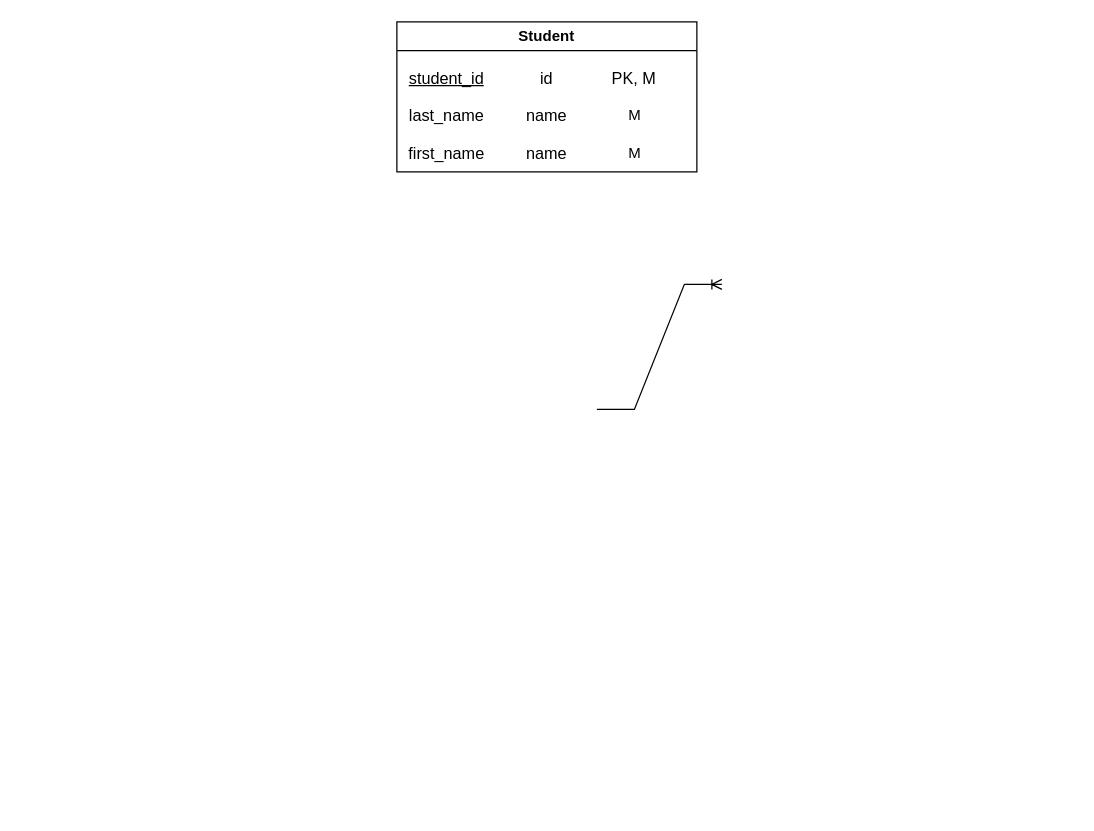
Before: hw2/Диаграмма без названия.drawio in banka-lecho/dbms, a draw.io diagram. Source tidied: cells renumbered, new cells numbered last; positions are measured from the earlier drawing's top-left corner, leaving out a move shared by most shapes. Both pictures are drawn from the tidied source at 125%, with x=0, y=0 at pixel (396, 21).
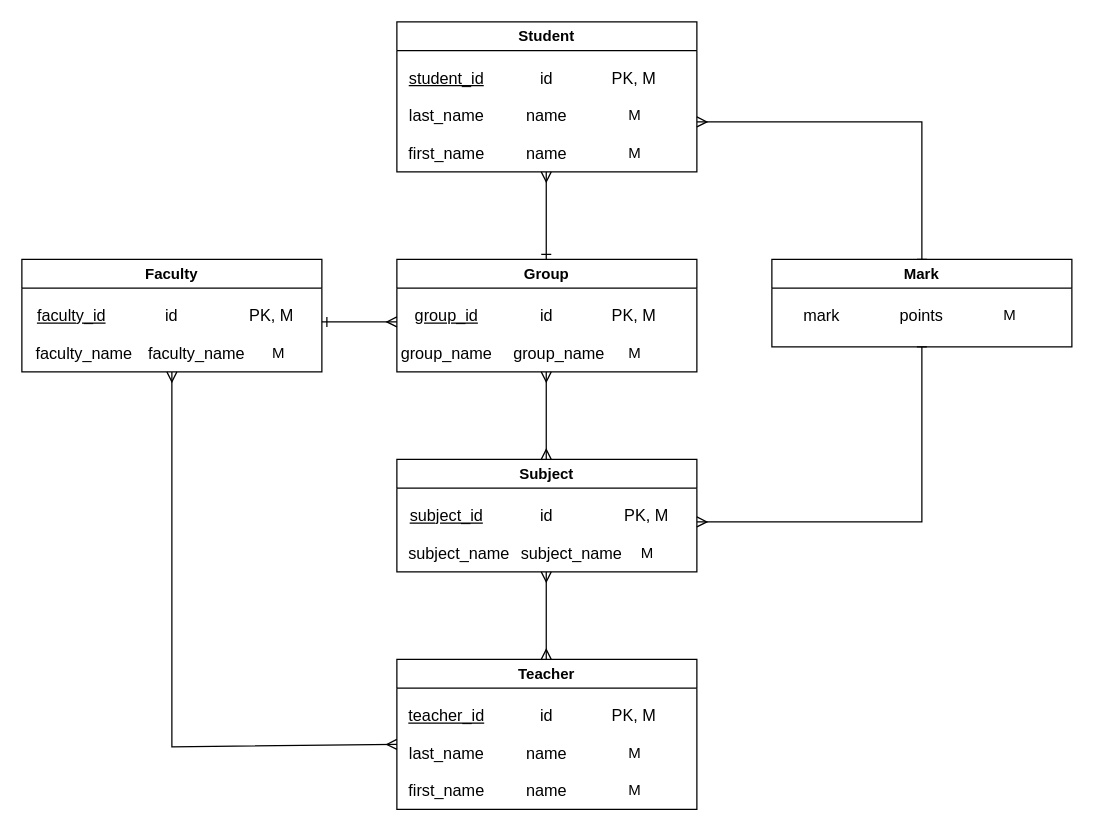
Above is the later version.

Diff of the diagram source:
```diff
@@
-    <mxCell id="12" style="edgeStyle=entityRelationEdgeStyle;fontSize=12;html=1;endArrow=ERoneToMany;rounded=0;" parent="1" edge="1">
-      <mxGeometry relative="1" as="geometry">
-        <mxPoint x="160" y="310" as="sourcePoint" />
-        <mxPoint x="260" y="210" as="targetPoint" />
-      </mxGeometry>
-    </mxCell>
+    <mxCell id="13" value="Group" style="swimlane;whiteSpace=wrap;html=1;" parent="1" vertex="1">
+      <mxGeometry y="190" width="240" height="90" as="geometry" />
+    </mxCell>
+    <mxCell id="14" value="&lt;u&gt;group_id&lt;/u&gt;" style="text;html=1;align=center;verticalAlign=middle;whiteSpace=wrap;rounded=0;fontSize=13;" parent="13" vertex="1">
+      <mxGeometry x="10" y="30" width="60" height="30" as="geometry" />
+    </mxCell>
+    <mxCell id="15" value="group_name" style="text;html=1;align=center;verticalAlign=middle;whiteSpace=wrap;rounded=0;fontSize=13;" parent="13" vertex="1">
+      <mxGeometry x="10" y="60" width="60" height="30" as="geometry" />
+    </mxCell>
+    <mxCell id="16" value="id" style="text;html=1;align=center;verticalAlign=middle;whiteSpace=wrap;rounded=0;fontSize=13;" parent="13" vertex="1">
+      <mxGeometry x="90" y="30" width="60" height="30" as="geometry" />
+    </mxCell>
+    <mxCell id="17" value="PK, M" style="text;html=1;align=center;verticalAlign=middle;whiteSpace=wrap;rounded=0;fontSize=13;" parent="13" vertex="1">
+      <mxGeometry x="160" y="30" width="60" height="30" as="geometry" />
+    </mxCell>
+    <mxCell id="18" value="M" style="text;html=1;align=center;verticalAlign=middle;strokeColor=none;fillColor=none;" parent="13" vertex="1">
+      <mxGeometry x="175" y="60" width="30" height="30" as="geometry" />
+    </mxCell>
+    <mxCell id="19" value="group_name" style="text;html=1;align=center;verticalAlign=middle;whiteSpace=wrap;rounded=0;fontSize=13;" parent="13" vertex="1">
+      <mxGeometry x="100" y="60" width="60" height="30" as="geometry" />
+    </mxCell>
+    <mxCell id="20" value="Subject" style="swimlane;whiteSpace=wrap;html=1;" parent="1" vertex="1">
+      <mxGeometry y="350" width="240" height="90" as="geometry" />
+    </mxCell>
+    <mxCell id="21" value="&lt;u&gt;subject_id&lt;/u&gt;" style="text;html=1;align=center;verticalAlign=middle;whiteSpace=wrap;rounded=0;fontSize=13;" parent="20" vertex="1">
+      <mxGeometry x="10" y="30" width="60" height="30" as="geometry" />
+    </mxCell>
+    <mxCell id="22" value="subject_name" style="text;html=1;align=center;verticalAlign=middle;whiteSpace=wrap;rounded=0;fontSize=13;" parent="20" vertex="1">
+      <mxGeometry x="20" y="60" width="60" height="30" as="geometry" />
+    </mxCell>
+    <mxCell id="23" value="id" style="text;html=1;align=center;verticalAlign=middle;whiteSpace=wrap;rounded=0;fontSize=13;" parent="20" vertex="1">
+      <mxGeometry x="90" y="30" width="60" height="30" as="geometry" />
+    </mxCell>
+    <mxCell id="24" value="PK, M" style="text;html=1;align=center;verticalAlign=middle;whiteSpace=wrap;rounded=0;fontSize=13;" parent="20" vertex="1">
+      <mxGeometry x="170" y="30" width="60" height="30" as="geometry" />
+    </mxCell>
+    <mxCell id="25" value="M" style="text;html=1;align=center;verticalAlign=middle;strokeColor=none;fillColor=none;" parent="20" vertex="1">
+      <mxGeometry x="185" y="60" width="30" height="30" as="geometry" />
+    </mxCell>
+    <mxCell id="26" value="subject_name" style="text;html=1;align=center;verticalAlign=middle;whiteSpace=wrap;rounded=0;fontSize=13;" parent="20" vertex="1">
+      <mxGeometry x="110" y="60" width="60" height="30" as="geometry" />
+    </mxCell>
+    <mxCell id="27" value="Teacher" style="swimlane;whiteSpace=wrap;html=1;" parent="1" vertex="1">
+      <mxGeometry y="510" width="240" height="120" as="geometry" />
+    </mxCell>
+    <mxCell id="28" value="&lt;u&gt;teacher_id&lt;/u&gt;" style="text;html=1;align=center;verticalAlign=middle;whiteSpace=wrap;rounded=0;fontSize=13;" parent="27" vertex="1">
+      <mxGeometry x="10" y="30" width="60" height="30" as="geometry" />
+    </mxCell>
+    <mxCell id="29" value="last_name" style="text;html=1;align=center;verticalAlign=middle;whiteSpace=wrap;rounded=0;fontSize=13;" parent="27" vertex="1">
+      <mxGeometry x="10" y="60" width="60" height="30" as="geometry" />
+    </mxCell>
+    <mxCell id="30" value="first_name" style="text;html=1;align=center;verticalAlign=middle;whiteSpace=wrap;rounded=0;fontSize=13;" parent="27" vertex="1">
+      <mxGeometry x="10" y="90" width="60" height="30" as="geometry" />
+    </mxCell>
+    <mxCell id="31" value="name" style="text;html=1;align=center;verticalAlign=middle;whiteSpace=wrap;rounded=0;fontSize=13;" parent="27" vertex="1">
+      <mxGeometry x="90" y="60" width="60" height="30" as="geometry" />
+    </mxCell>
+    <mxCell id="32" value="name" style="text;html=1;align=center;verticalAlign=middle;whiteSpace=wrap;rounded=0;fontSize=13;" parent="27" vertex="1">
+      <mxGeometry x="90" y="90" width="60" height="30" as="geometry" />
+    </mxCell>
+    <mxCell id="33" value="id" style="text;html=1;align=center;verticalAlign=middle;whiteSpace=wrap;rounded=0;fontSize=13;" parent="27" vertex="1">
+      <mxGeometry x="90" y="30" width="60" height="30" as="geometry" />
+    </mxCell>
+    <mxCell id="34" value="PK, M" style="text;html=1;align=center;verticalAlign=middle;whiteSpace=wrap;rounded=0;fontSize=13;" parent="27" vertex="1">
+      <mxGeometry x="160" y="30" width="60" height="30" as="geometry" />
+    </mxCell>
+    <mxCell id="35" value="M" style="text;html=1;align=center;verticalAlign=middle;strokeColor=none;fillColor=none;" parent="27" vertex="1">
+      <mxGeometry x="175" y="90" width="30" height="30" as="geometry" />
+    </mxCell>
+    <mxCell id="36" value="M" style="text;html=1;align=center;verticalAlign=middle;strokeColor=none;fillColor=none;" parent="27" vertex="1">
+      <mxGeometry x="175" y="60" width="30" height="30" as="geometry" />
+    </mxCell>
+    <mxCell id="37" value="Faculty" style="swimlane;whiteSpace=wrap;html=1;" parent="1" vertex="1">
+      <mxGeometry x="-300" y="190" width="240" height="90" as="geometry" />
+    </mxCell>
+    <mxCell id="38" value="&lt;u&gt;faculty_id&lt;/u&gt;" style="text;html=1;align=center;verticalAlign=middle;whiteSpace=wrap;rounded=0;fontSize=13;" parent="37" vertex="1">
+      <mxGeometry x="10" y="30" width="60" height="30" as="geometry" />
+    </mxCell>
+    <mxCell id="39" value="faculty_name" style="text;html=1;align=center;verticalAlign=middle;whiteSpace=wrap;rounded=0;fontSize=13;" parent="37" vertex="1">
+      <mxGeometry x="20" y="60" width="60" height="30" as="geometry" />
+    </mxCell>
+    <mxCell id="40" value="id" style="text;html=1;align=center;verticalAlign=middle;whiteSpace=wrap;rounded=0;fontSize=13;" parent="37" vertex="1">
+      <mxGeometry x="90" y="30" width="60" height="30" as="geometry" />
+    </mxCell>
+    <mxCell id="41" value="PK, M" style="text;html=1;align=center;verticalAlign=middle;whiteSpace=wrap;rounded=0;fontSize=13;" parent="37" vertex="1">
+      <mxGeometry x="170" y="30" width="60" height="30" as="geometry" />
+    </mxCell>
+    <mxCell id="42" value="M" style="text;html=1;align=center;verticalAlign=middle;strokeColor=none;fillColor=none;" parent="37" vertex="1">
+      <mxGeometry x="190" y="60" width="30" height="30" as="geometry" />
+    </mxCell>
+    <mxCell id="43" value="faculty_name" style="text;html=1;align=center;verticalAlign=middle;whiteSpace=wrap;rounded=0;fontSize=13;" parent="37" vertex="1">
+      <mxGeometry x="110" y="60" width="60" height="30" as="geometry" />
+    </mxCell>
+    <mxCell id="44" value="Mark" style="swimlane;whiteSpace=wrap;html=1;" parent="1" vertex="1">
+      <mxGeometry x="300" y="190" width="240" height="70" as="geometry" />
+    </mxCell>
+    <mxCell id="45" value="mark" style="text;html=1;align=center;verticalAlign=middle;whiteSpace=wrap;rounded=0;fontSize=13;" parent="44" vertex="1">
+      <mxGeometry x="10" y="30" width="60" height="30" as="geometry" />
+    </mxCell>
+    <mxCell id="46" value="points" style="text;html=1;align=center;verticalAlign=middle;whiteSpace=wrap;rounded=0;fontSize=13;" parent="44" vertex="1">
+      <mxGeometry x="90" y="30" width="60" height="30" as="geometry" />
+    </mxCell>
+    <mxCell id="47" value="M" style="text;html=1;align=center;verticalAlign=middle;strokeColor=none;fillColor=none;" parent="44" vertex="1">
+      <mxGeometry x="175" y="30" width="30" height="30" as="geometry" />
+    </mxCell>
+    <mxCell id="48" style="fontSize=12;html=1;endArrow=ERmany;startArrow=ERmany;rounded=0;" parent="1" edge="1">
+      <mxGeometry relative="1" as="geometry">
+        <mxPoint x="119.5" y="350" as="sourcePoint" />
+        <mxPoint x="119.5" y="280" as="targetPoint" />
+      </mxGeometry>
+    </mxCell>
+    <mxCell id="49" style="fontSize=12;html=1;endArrow=ERmany;startArrow=ERmany;rounded=0;" parent="1" edge="1">
+      <mxGeometry relative="1" as="geometry">
+        <mxPoint x="119.5" y="510" as="sourcePoint" />
+        <mxPoint x="119.5" y="440" as="targetPoint" />
+      </mxGeometry>
+    </mxCell>
+    <mxCell id="50" style="fontSize=12;html=1;endArrow=ERmany;startArrow=ERone;rounded=0;startFill=0;" parent="1" edge="1">
+      <mxGeometry relative="1" as="geometry">
+        <mxPoint x="119.5" y="190" as="sourcePoint" />
+        <mxPoint x="119.5" y="120" as="targetPoint" />
+      </mxGeometry>
+    </mxCell>
+    <mxCell id="51" style="fontSize=12;html=1;endArrow=ERmany;startArrow=ERone;rounded=0;startFill=0;" parent="1" edge="1">
+      <mxGeometry relative="1" as="geometry">
+        <mxPoint x="-60" y="240" as="sourcePoint" />
+        <mxPoint y="240" as="targetPoint" />
+      </mxGeometry>
+    </mxCell>
+    <mxCell id="52" style="fontSize=12;html=1;endArrow=ERmany;startArrow=ERmany;rounded=0;startFill=0;exitX=0.5;exitY=1;exitDx=0;exitDy=0;" parent="1" edge="1">
+      <mxGeometry relative="1" as="geometry">
+        <mxPoint x="-180" y="280" as="sourcePoint" />
+        <mxPoint y="578" as="targetPoint" />
+        <Array as="points">
+          <mxPoint x="-180" y="580" />
+        </Array>
+      </mxGeometry>
+    </mxCell>
+    <mxCell id="53" style="fontSize=12;html=1;endArrow=baseDash;startArrow=ERmany;rounded=0;endFill=0;entryX=0.5;entryY=0;entryDx=0;entryDy=0;" parent="1" edge="1" target="44">
+      <mxGeometry relative="1" as="geometry">
+        <mxPoint x="240" y="80" as="sourcePoint" />
+        <Array as="points">
+          <mxPoint x="420" y="80" />
+        </Array>
+      </mxGeometry>
+    </mxCell>
+    <mxCell id="54" style="fontSize=12;html=1;endArrow=baseDash;startArrow=ERmany;rounded=0;endFill=0;entryX=0.5;entryY=1;entryDx=0;entryDy=0;" parent="1" edge="1" target="44">
+      <mxGeometry relative="1" as="geometry">
+        <mxPoint x="240" y="400" as="sourcePoint" />
+        <Array as="points">
+          <mxPoint x="420" y="400" />
+        </Array>
+      </mxGeometry>
+    </mxCell>
```
